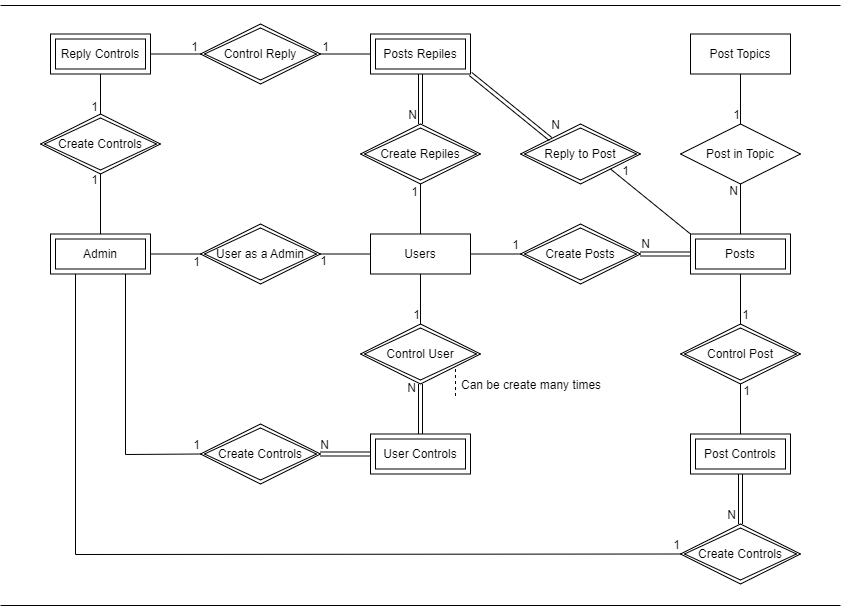
The draw.io diagram er-model-relation.dio.png in akikungz/database_project, before a commit. Source tidied: cells renumbered, new cells last; positions are measured from the earlier drawing's top-left corner, leaving out a move shared by most shapes. Source of this version:
```xml
<mxGraphModel background="#ffffff">
  <root>
    <mxCell id="0" />
    <mxCell id="1" parent="0" />
    <mxCell id="2" value="Users" style="whiteSpace=wrap;html=1;align=center;" parent="1" vertex="1">
      <mxGeometry x="370" y="233.5" width="100" height="40" as="geometry" />
    </mxCell>
    <mxCell id="3" style="line;strokeWidth=1;dashed=0;labelPosition=right;align=left;verticalAlign=middle;spacingTop=0;spacingLeft=6;" parent="1" vertex="1">
      <mxGeometry width="840" height="10" as="geometry" />
    </mxCell>
    <mxCell id="4" style="line;strokeWidth=1;dashed=0;labelPosition=right;align=left;verticalAlign=middle;spacingTop=0;spacingLeft=6;" parent="1" vertex="1">
      <mxGeometry y="600" width="840" height="10" as="geometry" />
    </mxCell>
    <mxCell id="5" value="Posts" style="shape=ext;margin=3;double=1;whiteSpace=wrap;html=1;align=center;" parent="1" vertex="1">
      <mxGeometry x="690" y="233.5" width="100" height="40" as="geometry" />
    </mxCell>
    <mxCell id="6" value="Posts Repiles" style="shape=ext;margin=3;double=1;whiteSpace=wrap;html=1;align=center;" parent="1" vertex="1">
      <mxGeometry x="370" y="33.5" width="100" height="40" as="geometry" />
    </mxCell>
    <mxCell id="7" value="Admin" style="shape=ext;margin=3;double=1;whiteSpace=wrap;html=1;align=center;" parent="1" vertex="1">
      <mxGeometry x="50" y="233.5" width="100" height="40" as="geometry" />
    </mxCell>
    <mxCell id="8" value="Post Controls" style="shape=ext;margin=3;double=1;whiteSpace=wrap;html=1;align=center;" parent="1" vertex="1">
      <mxGeometry x="690" y="433.5" width="100" height="40" as="geometry" />
    </mxCell>
    <mxCell id="9" value="Reply Controls" style="shape=ext;margin=3;double=1;whiteSpace=wrap;html=1;align=center;" parent="1" vertex="1">
      <mxGeometry x="50" y="33.5" width="100" height="40" as="geometry" />
    </mxCell>
    <mxCell id="10" value="Post Topics" style="whiteSpace=wrap;html=1;align=center;" parent="1" vertex="1">
      <mxGeometry x="690" y="33.5" width="100" height="40" as="geometry" />
    </mxCell>
    <mxCell id="11" value="User Controls" style="shape=ext;margin=3;double=1;whiteSpace=wrap;html=1;align=center;" parent="1" vertex="1">
      <mxGeometry x="370" y="433.5" width="100" height="40" as="geometry" />
    </mxCell>
    <mxCell id="12" value="Control User" style="shape=rhombus;double=1;perimeter=rhombusPerimeter;whiteSpace=wrap;html=1;align=center;" parent="1" vertex="1">
      <mxGeometry x="360" y="323.5" width="120" height="60" as="geometry" />
    </mxCell>
    <mxCell id="13" value="Control Post" style="shape=rhombus;double=1;perimeter=rhombusPerimeter;whiteSpace=wrap;html=1;align=center;" parent="1" vertex="1">
      <mxGeometry x="680" y="323.5" width="120" height="60" as="geometry" />
    </mxCell>
    <mxCell id="14" value="Create Repiles" style="shape=rhombus;double=1;perimeter=rhombusPerimeter;whiteSpace=wrap;html=1;align=center;" parent="1" vertex="1">
      <mxGeometry x="360" y="123.5" width="120" height="60" as="geometry" />
    </mxCell>
    <mxCell id="15" value="Create Controls" style="shape=rhombus;double=1;perimeter=rhombusPerimeter;whiteSpace=wrap;html=1;align=center;" parent="1" vertex="1">
      <mxGeometry x="40" y="113.5" width="120" height="60" as="geometry" />
    </mxCell>
    <mxCell id="16" value="User as a Admin" style="shape=rhombus;double=1;perimeter=rhombusPerimeter;whiteSpace=wrap;html=1;align=center;" parent="1" vertex="1">
      <mxGeometry x="200" y="223.5" width="120" height="60" as="geometry" />
    </mxCell>
    <mxCell id="17" value="Reply to Post" style="shape=rhombus;double=1;perimeter=rhombusPerimeter;whiteSpace=wrap;html=1;align=center;" parent="1" vertex="1">
      <mxGeometry x="520" y="123.5" width="120" height="60" as="geometry" />
    </mxCell>
    <mxCell id="18" value="Post in Topic" style="shape=rhombus;perimeter=rhombusPerimeter;whiteSpace=wrap;html=1;align=center;" parent="1" vertex="1">
      <mxGeometry x="680" y="123.5" width="120" height="60" as="geometry" />
    </mxCell>
    <mxCell id="19" style="endArrow=none;html=1;rounded=0;exitX=0.5;exitY=1;exitDx=0;exitDy=0;entryX=0.5;entryY=0;entryDx=0;entryDy=0;" parent="1" edge="1" source="10" target="18">
      <mxGeometry relative="1" as="geometry" />
    </mxCell>
    <mxCell id="20" value="1" style="html=1;align=right;verticalAlign=bottom;" parent="19" vertex="1">
      <mxGeometry x="1" relative="1" as="geometry" />
    </mxCell>
    <mxCell id="21" style="endArrow=none;html=1;rounded=0;exitX=0.5;exitY=0;exitDx=0;exitDy=0;entryX=0.5;entryY=1;entryDx=0;entryDy=0;" parent="1" edge="1" source="5" target="18">
      <mxGeometry relative="1" as="geometry" />
    </mxCell>
    <mxCell id="22" value="N" style="html=1;align=right;verticalAlign=bottom;" parent="21" vertex="1">
      <mxGeometry x="1" relative="1" as="geometry">
        <mxPoint x="-2" y="16" as="offset" />
      </mxGeometry>
    </mxCell>
    <mxCell id="23" style="shape=link;html=1;rounded=0;entryX=0;entryY=0;entryDx=0;entryDy=0;exitX=1;exitY=1;exitDx=0;exitDy=0;" parent="1" edge="1" source="6" target="17">
      <mxGeometry relative="1" as="geometry" />
    </mxCell>
    <mxCell id="24" value="N" style="html=1;align=right;verticalAlign=bottom;" parent="23" vertex="1">
      <mxGeometry x="1" relative="1" as="geometry">
        <mxPoint x="10" y="-5" as="offset" />
      </mxGeometry>
    </mxCell>
    <mxCell id="25" style="endArrow=none;html=1;rounded=0;exitX=0;exitY=0;exitDx=0;exitDy=0;entryX=1;entryY=1;entryDx=0;entryDy=0;" parent="1" edge="1" source="5" target="17">
      <mxGeometry relative="1" as="geometry" />
    </mxCell>
    <mxCell id="26" value="1" style="html=1;align=right;verticalAlign=bottom;" parent="25" vertex="1">
      <mxGeometry x="1" relative="1" as="geometry">
        <mxPoint x="19" y="11" as="offset" />
      </mxGeometry>
    </mxCell>
    <mxCell id="27" style="endArrow=none;html=1;rounded=0;exitX=0.5;exitY=0;exitDx=0;exitDy=0;entryX=0.5;entryY=1;entryDx=0;entryDy=0;" parent="1" edge="1" source="2" target="14">
      <mxGeometry relative="1" as="geometry" />
    </mxCell>
    <mxCell id="28" value="1" style="html=1;align=right;verticalAlign=bottom;" parent="27" vertex="1">
      <mxGeometry x="1" relative="1" as="geometry">
        <mxPoint x="-2" y="17" as="offset" />
      </mxGeometry>
    </mxCell>
    <mxCell id="29" style="shape=link;html=1;rounded=0;exitX=0.5;exitY=1;exitDx=0;exitDy=0;entryX=0.5;entryY=0;entryDx=0;entryDy=0;" parent="1" edge="1" source="6" target="14">
      <mxGeometry relative="1" as="geometry" />
    </mxCell>
    <mxCell id="30" value="N" style="html=1;align=right;verticalAlign=bottom;" parent="29" vertex="1">
      <mxGeometry x="1" relative="1" as="geometry">
        <mxPoint x="-3" as="offset" />
      </mxGeometry>
    </mxCell>
    <mxCell id="31" value="Control Reply" style="shape=rhombus;double=1;perimeter=rhombusPerimeter;whiteSpace=wrap;html=1;align=center;" parent="1" vertex="1">
      <mxGeometry x="200" y="23.5" width="120" height="60" as="geometry" />
    </mxCell>
    <mxCell id="32" value="Create Controls" style="shape=rhombus;double=1;perimeter=rhombusPerimeter;whiteSpace=wrap;html=1;align=center;" parent="1" vertex="1">
      <mxGeometry x="200" y="423.5" width="120" height="60" as="geometry" />
    </mxCell>
    <mxCell id="33" value="Create Controls" style="shape=rhombus;double=1;perimeter=rhombusPerimeter;whiteSpace=wrap;html=1;align=center;" parent="1" vertex="1">
      <mxGeometry x="680" y="523.5" width="120" height="60" as="geometry" />
    </mxCell>
    <mxCell id="34" style="endArrow=none;html=1;rounded=0;exitX=0.5;exitY=0;exitDx=0;exitDy=0;entryX=0.5;entryY=1;entryDx=0;entryDy=0;" parent="1" edge="1" source="7" target="15">
      <mxGeometry relative="1" as="geometry" />
    </mxCell>
    <mxCell id="35" value="1" style="html=1;align=right;verticalAlign=bottom;" parent="34" vertex="1">
      <mxGeometry x="1" relative="1" as="geometry">
        <mxPoint x="-2" y="15" as="offset" />
      </mxGeometry>
    </mxCell>
    <mxCell id="36" style="endArrow=none;html=1;rounded=0;exitX=0.5;exitY=1;exitDx=0;exitDy=0;entryX=0.5;entryY=0;entryDx=0;entryDy=0;" parent="1" edge="1" source="9" target="15">
      <mxGeometry relative="1" as="geometry" />
    </mxCell>
    <mxCell id="37" value="1" style="html=1;align=right;verticalAlign=bottom;" parent="36" vertex="1">
      <mxGeometry x="1" relative="1" as="geometry">
        <mxPoint x="-2" y="2" as="offset" />
      </mxGeometry>
    </mxCell>
    <mxCell id="38" style="endArrow=none;html=1;rounded=0;exitX=1;exitY=0.5;exitDx=0;exitDy=0;entryX=0;entryY=0.5;entryDx=0;entryDy=0;" parent="1" edge="1" source="7" target="16">
      <mxGeometry relative="1" as="geometry" />
    </mxCell>
    <mxCell id="39" value="1" style="html=1;align=right;verticalAlign=bottom;" parent="38" vertex="1">
      <mxGeometry x="1" relative="1" as="geometry">
        <mxPoint y="17" as="offset" />
      </mxGeometry>
    </mxCell>
    <mxCell id="40" style="endArrow=none;html=1;rounded=0;exitX=0;exitY=0.5;exitDx=0;exitDy=0;entryX=1;entryY=0.5;entryDx=0;entryDy=0;" parent="1" edge="1" source="2" target="16">
      <mxGeometry relative="1" as="geometry" />
    </mxCell>
    <mxCell id="41" value="1" style="html=1;align=right;verticalAlign=bottom;" parent="40" vertex="1">
      <mxGeometry x="1" relative="1" as="geometry">
        <mxPoint x="7" y="16" as="offset" />
      </mxGeometry>
    </mxCell>
    <mxCell id="42" style="shape=link;html=1;rounded=0;entryX=0.5;entryY=1;entryDx=0;entryDy=0;exitX=0.5;exitY=0;exitDx=0;exitDy=0;" parent="1" edge="1" source="11" target="12">
      <mxGeometry relative="1" as="geometry" />
    </mxCell>
    <mxCell id="43" value="N" style="html=1;align=right;verticalAlign=bottom;" parent="42" vertex="1">
      <mxGeometry x="1" relative="1" as="geometry">
        <mxPoint x="-4" y="13" as="offset" />
      </mxGeometry>
    </mxCell>
    <mxCell id="44" style="endArrow=none;html=1;rounded=0;exitX=0.5;exitY=1;exitDx=0;exitDy=0;entryX=0.5;entryY=0;entryDx=0;entryDy=0;" parent="1" edge="1" source="2" target="12">
      <mxGeometry relative="1" as="geometry" />
    </mxCell>
    <mxCell id="45" value="1" style="html=1;align=right;verticalAlign=bottom;" parent="44" vertex="1">
      <mxGeometry x="1" relative="1" as="geometry" />
    </mxCell>
    <mxCell id="46" style="endArrow=none;html=1;rounded=0;exitX=1;exitY=0.5;exitDx=0;exitDy=0;entryX=0;entryY=0.5;entryDx=0;entryDy=0;" parent="1" edge="1" source="9" target="31">
      <mxGeometry relative="1" as="geometry" />
    </mxCell>
    <mxCell id="47" value="1" style="html=1;align=right;verticalAlign=bottom;" parent="46" vertex="1">
      <mxGeometry x="1" relative="1" as="geometry">
        <mxPoint x="-2" y="2" as="offset" />
      </mxGeometry>
    </mxCell>
    <mxCell id="48" style="endArrow=none;html=1;rounded=0;exitX=0;exitY=0.5;exitDx=0;exitDy=0;entryX=1;entryY=0.5;entryDx=0;entryDy=0;" parent="1" edge="1" source="6" target="31">
      <mxGeometry relative="1" as="geometry" />
    </mxCell>
    <mxCell id="49" value="1" style="html=1;align=right;verticalAlign=bottom;" parent="48" vertex="1">
      <mxGeometry x="1" relative="1" as="geometry">
        <mxPoint x="9" y="2" as="offset" />
      </mxGeometry>
    </mxCell>
    <mxCell id="50" style="shape=link;html=1;rounded=0;exitX=0;exitY=0.5;exitDx=0;exitDy=0;entryX=1;entryY=0.5;entryDx=0;entryDy=0;" parent="1" edge="1" source="11" target="32">
      <mxGeometry relative="1" as="geometry" />
    </mxCell>
    <mxCell id="51" value="N" style="html=1;align=right;verticalAlign=bottom;" parent="50" vertex="1">
      <mxGeometry x="1" relative="1" as="geometry">
        <mxPoint x="9" as="offset" />
      </mxGeometry>
    </mxCell>
    <mxCell id="52" style="shape=link;html=1;rounded=0;entryX=0.5;entryY=0;entryDx=0;entryDy=0;exitX=0.5;exitY=1;exitDx=0;exitDy=0;" parent="1" edge="1" source="8" target="33">
      <mxGeometry relative="1" as="geometry" />
    </mxCell>
    <mxCell id="53" value="N" style="html=1;align=right;verticalAlign=bottom;" parent="52" vertex="1">
      <mxGeometry x="1" relative="1" as="geometry">
        <mxPoint x="-4" as="offset" />
      </mxGeometry>
    </mxCell>
    <mxCell id="54" style="endArrow=none;html=1;rounded=0;exitX=0.75;exitY=1;exitDx=0;exitDy=0;entryX=0;entryY=0.5;entryDx=0;entryDy=0;" parent="1" edge="1" source="7" target="32">
      <mxGeometry relative="1" as="geometry">
        <Array as="points">
          <mxPoint x="125" y="454" />
        </Array>
      </mxGeometry>
    </mxCell>
    <mxCell id="55" value="1" style="html=1;align=right;verticalAlign=bottom;" parent="54" vertex="1">
      <mxGeometry x="1" relative="1" as="geometry" />
    </mxCell>
    <mxCell id="56" style="endArrow=none;html=1;rounded=0;exitX=0.25;exitY=1;exitDx=0;exitDy=0;entryX=0;entryY=0.5;entryDx=0;entryDy=0;" parent="1" edge="1" source="7" target="33">
      <mxGeometry relative="1" as="geometry">
        <Array as="points">
          <mxPoint x="75" y="554" />
        </Array>
      </mxGeometry>
    </mxCell>
    <mxCell id="57" value="1" style="html=1;align=right;verticalAlign=bottom;" parent="56" vertex="1">
      <mxGeometry x="1" relative="1" as="geometry" />
    </mxCell>
    <mxCell id="58" value="Create Posts" style="shape=rhombus;double=1;perimeter=rhombusPerimeter;whiteSpace=wrap;html=1;align=center;" parent="1" vertex="1">
      <mxGeometry x="520" y="223.5" width="120" height="60" as="geometry" />
    </mxCell>
    <mxCell id="59" style="shape=link;html=1;rounded=0;exitX=0;exitY=0.5;exitDx=0;exitDy=0;entryX=1;entryY=0.5;entryDx=0;entryDy=0;" parent="1" edge="1" source="5" target="58">
      <mxGeometry relative="1" as="geometry" />
    </mxCell>
    <mxCell id="60" value="N" style="html=1;align=right;verticalAlign=bottom;" parent="59" vertex="1">
      <mxGeometry x="1" relative="1" as="geometry">
        <mxPoint x="10" y="-1" as="offset" />
      </mxGeometry>
    </mxCell>
    <mxCell id="61" style="endArrow=none;html=1;rounded=0;exitX=1;exitY=0.5;exitDx=0;exitDy=0;entryX=0;entryY=0.5;entryDx=0;entryDy=0;" parent="1" edge="1" source="2" target="58">
      <mxGeometry relative="1" as="geometry" />
    </mxCell>
    <mxCell id="62" value="1" style="html=1;align=right;verticalAlign=bottom;" parent="61" vertex="1">
      <mxGeometry x="1" relative="1" as="geometry">
        <mxPoint x="-1" as="offset" />
      </mxGeometry>
    </mxCell>
    <mxCell id="63" value="Can be create many times" style="shape=partialRectangle;fillColor=none;align=left;verticalAlign=middle;strokeColor=none;spacingLeft=34;" parent="1" vertex="1">
      <mxGeometry x="425" y="368.5" width="90" height="30" as="geometry" />
    </mxCell>
    <mxCell id="64" style="shape=partialRectangle;top=0;left=0;bottom=0;fillColor=none;stokeWidth=1;dashed=1;align=left;verticalAlign=middle;spacingLeft=4;spacingRight=4;overflow=hidden;" parent="63" vertex="1">
      <mxGeometry width="30" height="30" as="geometry" />
    </mxCell>
    <mxCell id="65" style="endArrow=none;html=1;rounded=0;exitX=0.5;exitY=0;exitDx=0;exitDy=0;entryX=0.5;entryY=1;entryDx=0;entryDy=0;" parent="1" edge="1" source="8" target="13">
      <mxGeometry relative="1" as="geometry" />
    </mxCell>
    <mxCell id="66" value="1" style="html=1;align=right;verticalAlign=bottom;" parent="65" vertex="1">
      <mxGeometry x="1" relative="1" as="geometry">
        <mxPoint x="10" y="16" as="offset" />
      </mxGeometry>
    </mxCell>
    <mxCell id="67" style="endArrow=none;html=1;rounded=0;exitX=0.5;exitY=1;exitDx=0;exitDy=0;entryX=0.5;entryY=0;entryDx=0;entryDy=0;" parent="1" edge="1" source="5" target="13">
      <mxGeometry relative="1" as="geometry" />
    </mxCell>
    <mxCell id="68" value="1" style="html=1;align=right;verticalAlign=bottom;" parent="67" vertex="1">
      <mxGeometry x="1" relative="1" as="geometry">
        <mxPoint x="9" as="offset" />
      </mxGeometry>
    </mxCell>
  </root>
</mxGraphModel>
```
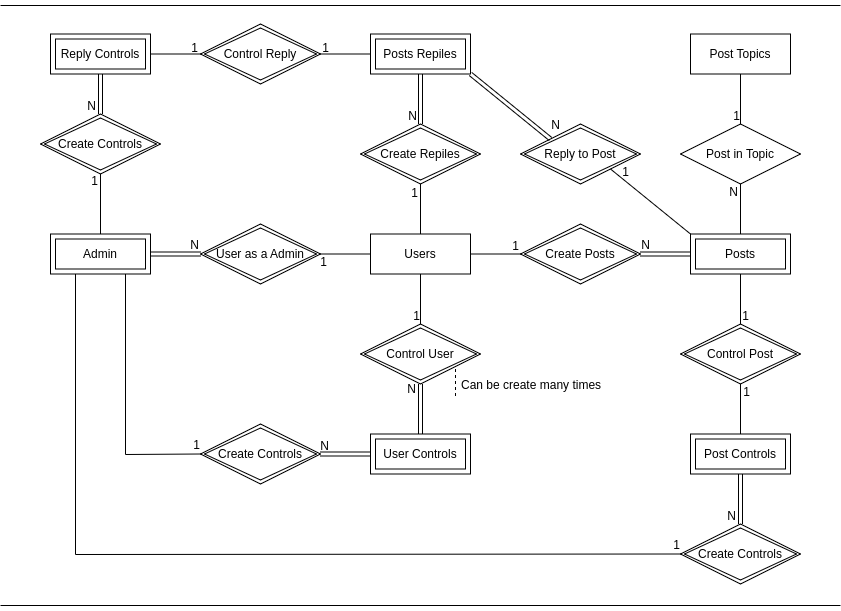
Later version of the same file.

Commit message:
Update ER model diagrams

Change to the diagram source:
```diff
@@ -116,22 +116,6 @@
         <mxPoint x="-2" y="15" as="offset" />
       </mxGeometry>
     </mxCell>
-    <mxCell id="36" style="endArrow=none;html=1;rounded=0;exitX=0.5;exitY=1;exitDx=0;exitDy=0;entryX=0.5;entryY=0;entryDx=0;entryDy=0;" parent="1" edge="1" source="9" target="15">
-      <mxGeometry relative="1" as="geometry" />
-    </mxCell>
-    <mxCell id="37" value="1" style="html=1;align=right;verticalAlign=bottom;" parent="36" vertex="1">
-      <mxGeometry x="1" relative="1" as="geometry">
-        <mxPoint x="-2" y="2" as="offset" />
-      </mxGeometry>
-    </mxCell>
-    <mxCell id="38" style="endArrow=none;html=1;rounded=0;exitX=1;exitY=0.5;exitDx=0;exitDy=0;entryX=0;entryY=0.5;entryDx=0;entryDy=0;" parent="1" edge="1" source="7" target="16">
-      <mxGeometry relative="1" as="geometry" />
-    </mxCell>
-    <mxCell id="39" value="1" style="html=1;align=right;verticalAlign=bottom;" parent="38" vertex="1">
-      <mxGeometry x="1" relative="1" as="geometry">
-        <mxPoint y="17" as="offset" />
-      </mxGeometry>
-    </mxCell>
     <mxCell id="40" style="endArrow=none;html=1;rounded=0;exitX=0;exitY=0.5;exitDx=0;exitDy=0;entryX=1;entryY=0.5;entryDx=0;entryDy=0;" parent="1" edge="1" source="2" target="16">
       <mxGeometry relative="1" as="geometry" />
     </mxCell>
@@ -247,5 +231,21 @@
         <mxPoint x="9" as="offset" />
       </mxGeometry>
     </mxCell>
+    <mxCell id="38" style="shape=link;html=1;rounded=0;entryX=0;entryY=0.5;entryDx=0;entryDy=0;exitX=1;exitY=0.5;exitDx=0;exitDy=0;" parent="1" edge="1" source="7" target="16">
+      <mxGeometry relative="1" as="geometry" />
+    </mxCell>
+    <mxCell id="69" value="N" style="html=1;align=right;verticalAlign=bottom;" parent="38" vertex="1">
+      <mxGeometry x="1" relative="1" as="geometry">
+        <mxPoint x="-1" y="-1" as="offset" />
+      </mxGeometry>
+    </mxCell>
+    <mxCell id="36" style="shape=link;html=1;rounded=0;exitX=0.5;exitY=1;exitDx=0;exitDy=0;entryX=0.5;entryY=0;entryDx=0;entryDy=0;" parent="1" edge="1" source="9" target="15">
+      <mxGeometry relative="1" as="geometry" />
+    </mxCell>
+    <mxCell id="70" value="N" style="html=1;align=right;verticalAlign=bottom;" parent="36" vertex="1">
+      <mxGeometry x="1" relative="1" as="geometry">
+        <mxPoint x="-4" as="offset" />
+      </mxGeometry>
+    </mxCell>
   </root>
 </mxGraphModel>
```
